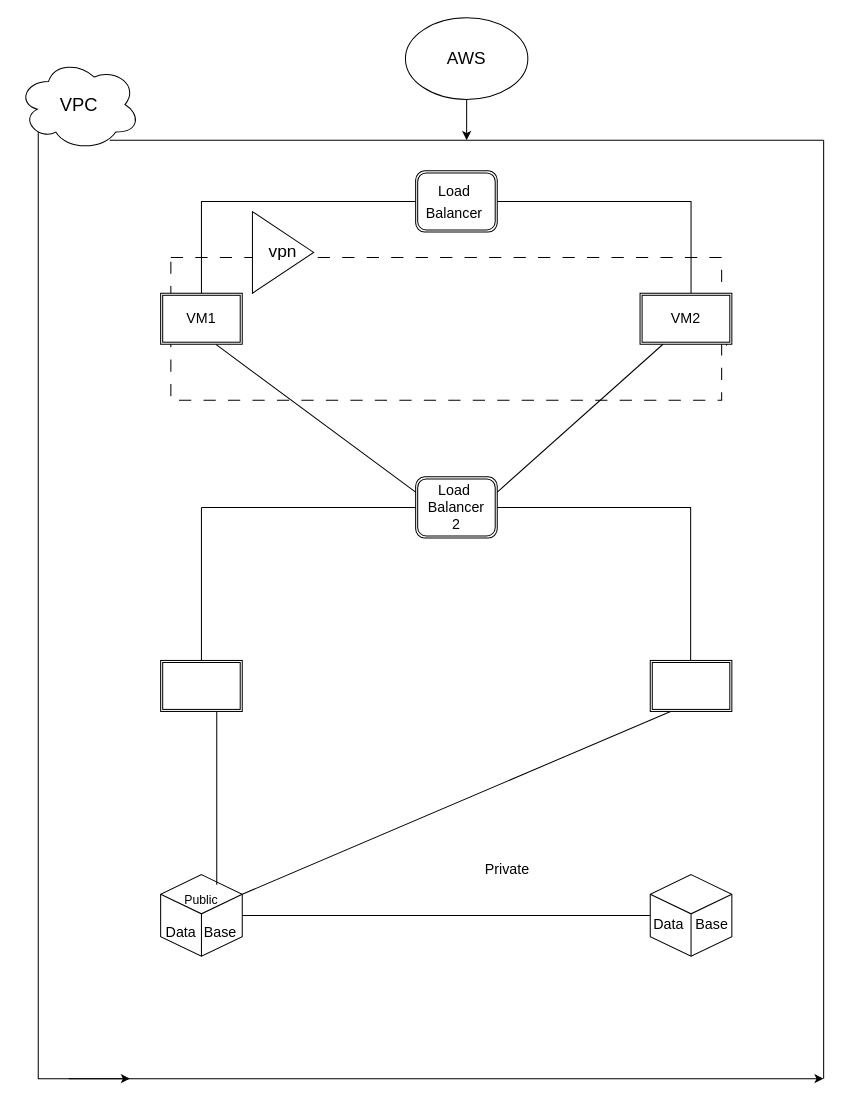
Before: Untitled Diagram.drawio in av7373/aws-elastic-beanstalk-express-js-sample, a draw.io diagram. Source tidied: cells renumbered, new cells numbered last; positions are measured from the earlier drawing's top-left corner, leaving out a move shared by most shapes. Both pictures are drawn from the tidied source at 102%, with x=0, y=0 at pixel (17, 17).
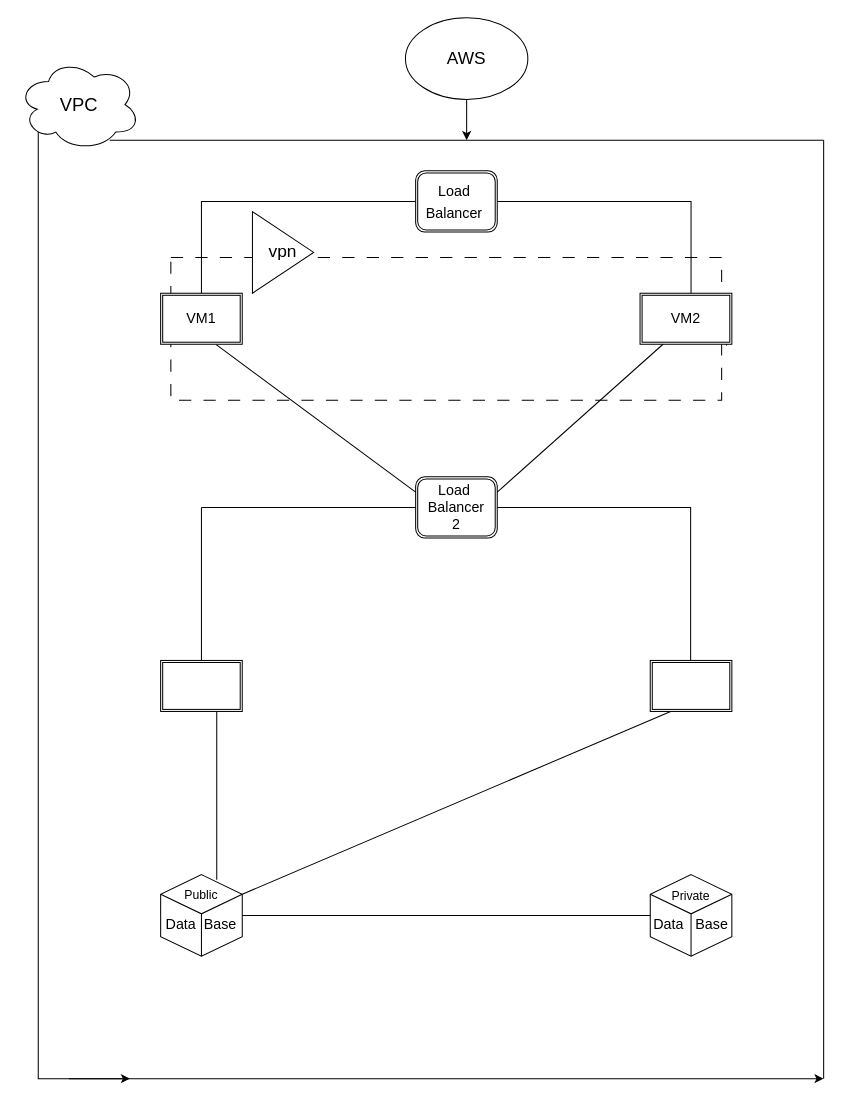
The same diagram, later.

Diff of the diagram source:
```diff
@@
-    <mxCell id="21" value="&lt;br&gt;&lt;br&gt;Data&amp;nbsp; Base" style="html=1;whiteSpace=wrap;shape=isoCube2;backgroundOutline=1;isoAngle=15;fontSize=14;" parent="1" vertex="1">
+    <mxCell id="21" value="&lt;br&gt;Data&amp;nbsp; Base" style="html=1;whiteSpace=wrap;shape=isoCube2;backgroundOutline=1;isoAngle=15;fontSize=14;" parent="1" vertex="1">
       <mxGeometry x="140" y="840" width="80" height="80" as="geometry" />
     </mxCell>
@@
     <mxCell id="30" value="Public" style="text;html=1;strokeColor=none;fillColor=none;align=center;verticalAlign=middle;whiteSpace=wrap;rounded=0;fontSize=12;" parent="1" vertex="1">
-      <mxGeometry x="150" y="850" width="60" height="30" as="geometry" />
+      <mxGeometry x="150" y="845" width="60" height="30" as="geometry" />
     </mxCell>
@@
-    <mxCell id="33" value="Private" style="text;html=1;strokeColor=none;fillColor=none;align=center;verticalAlign=middle;whiteSpace=wrap;rounded=0;fontSize=14;" parent="1" vertex="1">
-      <mxGeometry x="450" y="820" width="60" height="30" as="geometry" />
+    <mxCell id="33" value="&lt;font style=&quot;font-size: 12px;&quot;&gt;Private&lt;/font&gt;" style="text;html=1;strokeColor=none;fillColor=none;align=center;verticalAlign=middle;whiteSpace=wrap;rounded=0;fontSize=14;" parent="1" vertex="1">
+      <mxGeometry x="630" y="850" width="60" height="20" as="geometry" />
     </mxCell>
```
